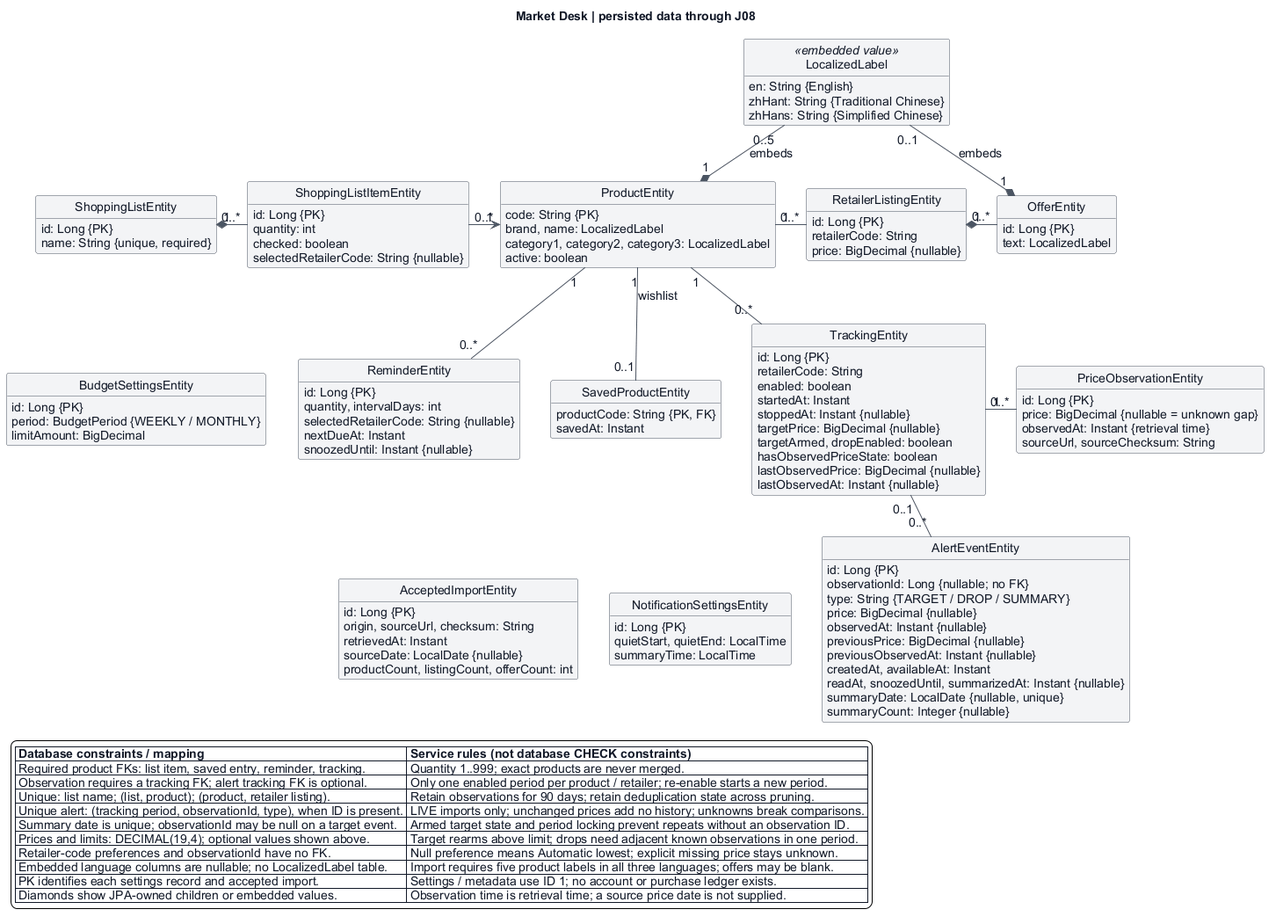
Before: docs/diagrams/j05-j08/class.png, a diagram exported from PlantUML (LamHeiKit230208993/CS3383-Project). Its diagram source:
```plantuml
@startuml
top to bottom direction
skinparam backgroundColor #ffffff
skinparam defaultFontName Arial
skinparam defaultFontSize 14
skinparam defaultFontColor #111827
skinparam shadowing false
skinparam classAttributeIconSize 0
skinparam classBackgroundColor #f3f4f6
skinparam classBorderColor #4b5563
skinparam arrowColor #4b5563
skinparam noteBackgroundColor #e5e7eb
skinparam noteBorderColor #4b5563
skinparam packageStyle rectangle
skinparam packageBackgroundColor #ffffff
skinparam packageBorderColor #e5e7eb
skinparam nodesep 35
skinparam ranksep 45
hide circle
hide empty methods

title Market Desk | persisted data through J08

class ShoppingListEntity {
  id: Long {PK}
  name: String {unique, required}
}
class ShoppingListItemEntity {
  id: Long {PK}
  quantity: int
  checked: boolean
  selectedRetailerCode: String {nullable}
}
class ProductEntity {
  code: String {PK}
  brand, name: LocalizedLabel
  category1, category2, category3: LocalizedLabel
  active: boolean
}
class RetailerListingEntity {
  id: Long {PK}
  retailerCode: String
  price: BigDecimal {nullable}
}
class OfferEntity {
  id: Long {PK}
  text: LocalizedLabel
}
class SavedProductEntity {
  productCode: String {PK, FK}
  savedAt: Instant
}
class ReminderEntity {
  id: Long {PK}
  quantity, intervalDays: int
  selectedRetailerCode: String {nullable}
  nextDueAt: Instant
  snoozedUntil: Instant {nullable}
}
class TrackingEntity {
  id: Long {PK}
  retailerCode: String
  enabled: boolean
  startedAt: Instant
  stoppedAt: Instant {nullable}
  targetPrice: BigDecimal {nullable}
  targetArmed, dropEnabled: boolean
  hasObservedPriceState: boolean
  lastObservedPrice: BigDecimal {nullable}
  lastObservedAt: Instant {nullable}
}
class PriceObservationEntity {
  id: Long {PK}
  price: BigDecimal {nullable = unknown gap}
  observedAt: Instant {retrieval time}
  sourceUrl, sourceChecksum: String
}
class AlertEventEntity {
  id: Long {PK}
  observationId: Long {nullable; no FK}
  type: String {TARGET / DROP / SUMMARY}
  price: BigDecimal {nullable}
  observedAt: Instant {nullable}
  previousPrice: BigDecimal {nullable}
  previousObservedAt: Instant {nullable}
  createdAt, availableAt: Instant
  readAt, snoozedUntil, summarizedAt: Instant {nullable}
  summaryDate: LocalDate {nullable, unique}
  summaryCount: Integer {nullable}
}
class AcceptedImportEntity {
  id: Long {PK}
  origin, sourceUrl, checksum: String
  retrievedAt: Instant
  sourceDate: LocalDate {nullable}
  productCount, listingCount, offerCount: int
}
class NotificationSettingsEntity {
  id: Long {PK}
  quietStart, quietEnd: LocalTime
  summaryTime: LocalTime
}
class BudgetSettingsEntity {
  id: Long {PK}
  period: BudgetPeriod {WEEKLY / MONTHLY}
  limitAmount: BigDecimal
}
class LocalizedLabel <<embedded value>> {
  en: String {English}
  zhHant: String {Traditional Chinese}
  zhHans: String {Simplified Chinese}
}

ShoppingListEntity "1" *-right- "0..*" ShoppingListItemEntity
ShoppingListItemEntity "0..*" -right-> "1" ProductEntity
ProductEntity "1" -right- "0..*" RetailerListingEntity
RetailerListingEntity "1" *-right- "0..*" OfferEntity
ProductEntity "1" -down- "0..1" SavedProductEntity : wishlist
ProductEntity "1" -down- "0..*" ReminderEntity
ProductEntity "1" -down- "0..*" TrackingEntity
TrackingEntity "1" -right- "0..*" PriceObservationEntity
TrackingEntity "0..1" -right- "0..*" AlertEventEntity
ProductEntity "1" *-up- "0..5" LocalizedLabel : embeds
OfferEntity "1" *-up- "0..1" LocalizedLabel : embeds

ShoppingListEntity -[hidden]down-> BudgetSettingsEntity
BudgetSettingsEntity -[hidden]right-> ReminderEntity
ReminderEntity -[hidden]right-> TrackingEntity
SavedProductEntity -[hidden]down-> AcceptedImportEntity
AcceptedImportEntity -[hidden]right-> NotificationSettingsEntity
NotificationSettingsEntity -[hidden]right-> AlertEventEntity

legend bottom left
  |= Database constraints / mapping |= Service rules (not database CHECK constraints) |
  | Required product FKs: list item, saved entry, reminder, tracking. | Quantity 1..999; exact products are never merged. |
  | Observation requires a tracking FK; alert tracking FK is optional. | Only one enabled period per product / retailer; re-enable starts a new period. |
  | Unique: list name; (list, product); (product, retailer listing). | Retain observations for 90 days; retain deduplication state across pruning. |
  | Unique alert: (tracking period, observationId, type), when ID is present. | LIVE imports only; unchanged prices add no history; unknowns break comparisons. |
  | Summary date is unique; observationId may be null on a target event. | Armed target state and period locking prevent repeats without an observation ID. |
  | Prices and limits: DECIMAL(19,4); optional values shown above. | Target rearms above limit; drops need adjacent known observations in one period. |
  | Retailer-code preferences and observationId have no FK. | Null preference means Automatic lowest; explicit missing price stays unknown. |
  | Embedded language columns are nullable; no LocalizedLabel table. | Import requires five product labels in all three languages; offers may be blank. |
  | PK identifies each settings record and accepted import. | Settings / metadata use ID 1; no account or purchase ledger exists. |
  | Diamonds show JPA-owned children or embedded values. | Observation time is retrieval time; a source price date is not supplied. |
endlegend
@enduml
```
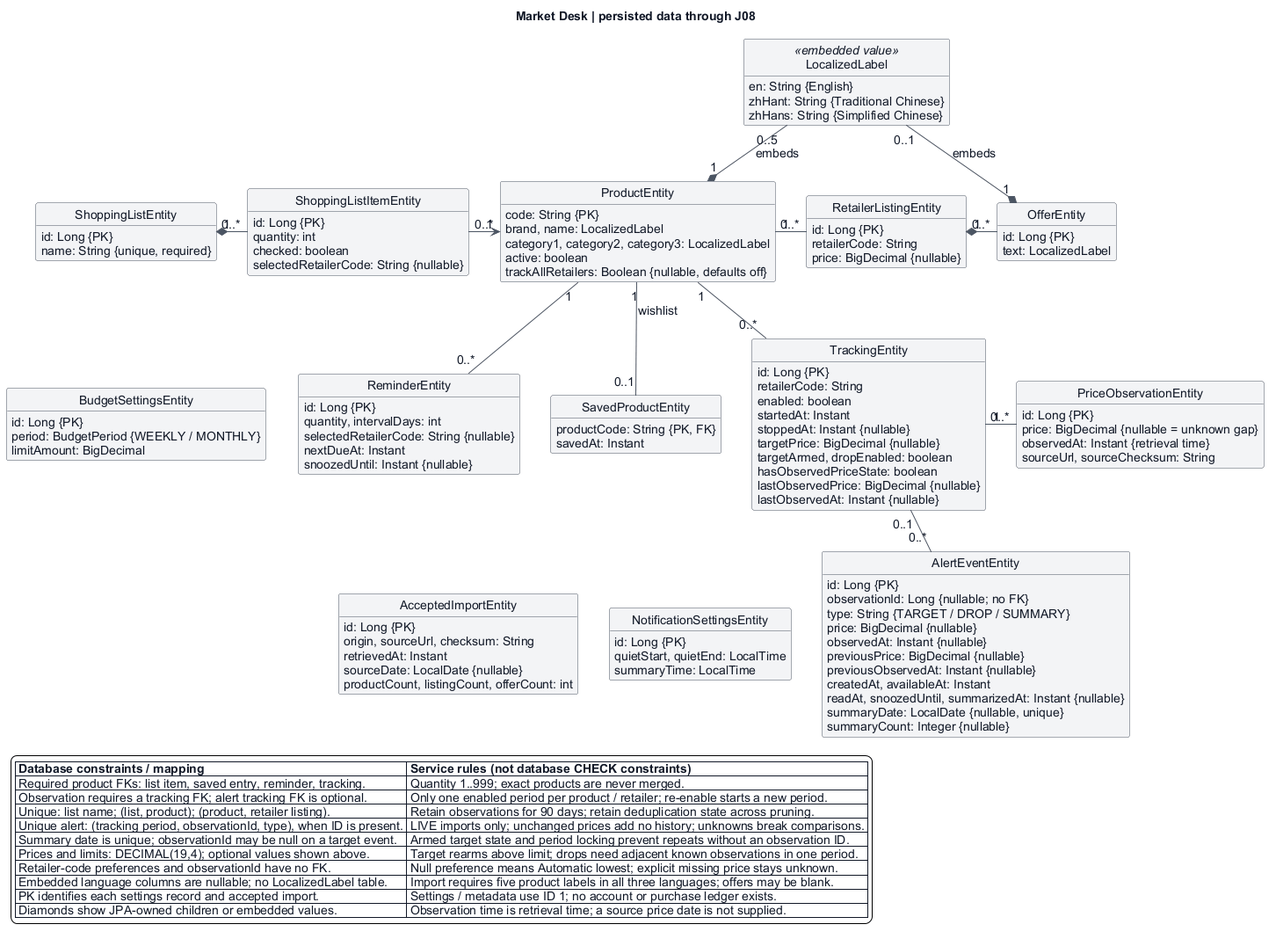
Above is the later version.

The edit, as a diff of the source:
```diff
@@ -36,6 +36,7 @@
   brand, name: LocalizedLabel
   category1, category2, category3: LocalizedLabel
   active: boolean
+  trackAllRetailers: Boolean {nullable, defaults off}
 }
 class RetailerListingEntity {
   id: Long {PK}
```
